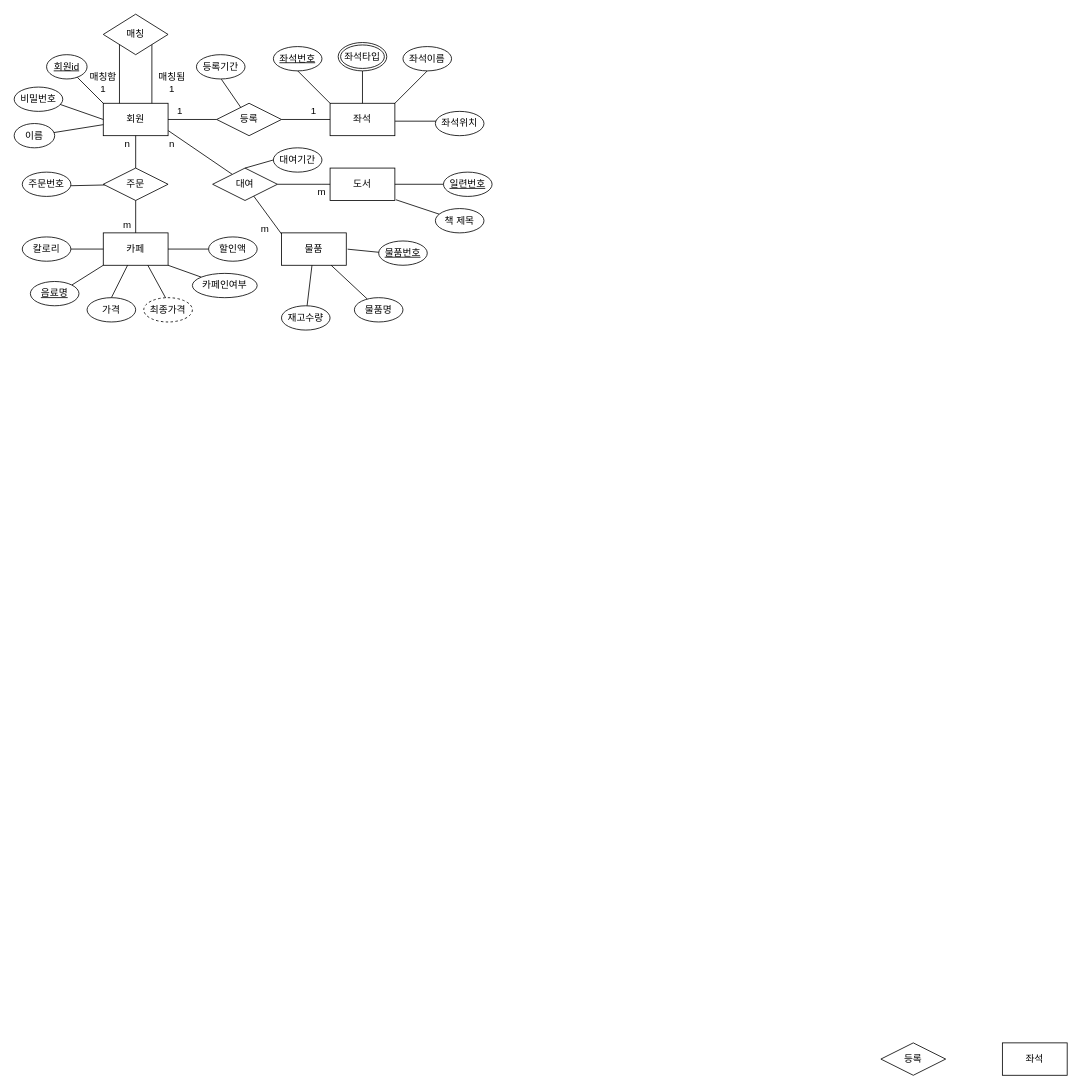
Above: 제목 없는 다이어그램.drawio in SongJaeHoonn/SongJaeHoonn (draw.io), before the change. Source tidied: cells renumbered, new cells numbered last; positions are measured from the earlier drawing's top-left corner, leaving out a move shared by most shapes. Both pictures are drawn from the tidied source at 81%, with x=0, y=0 at pixel (14, 14).
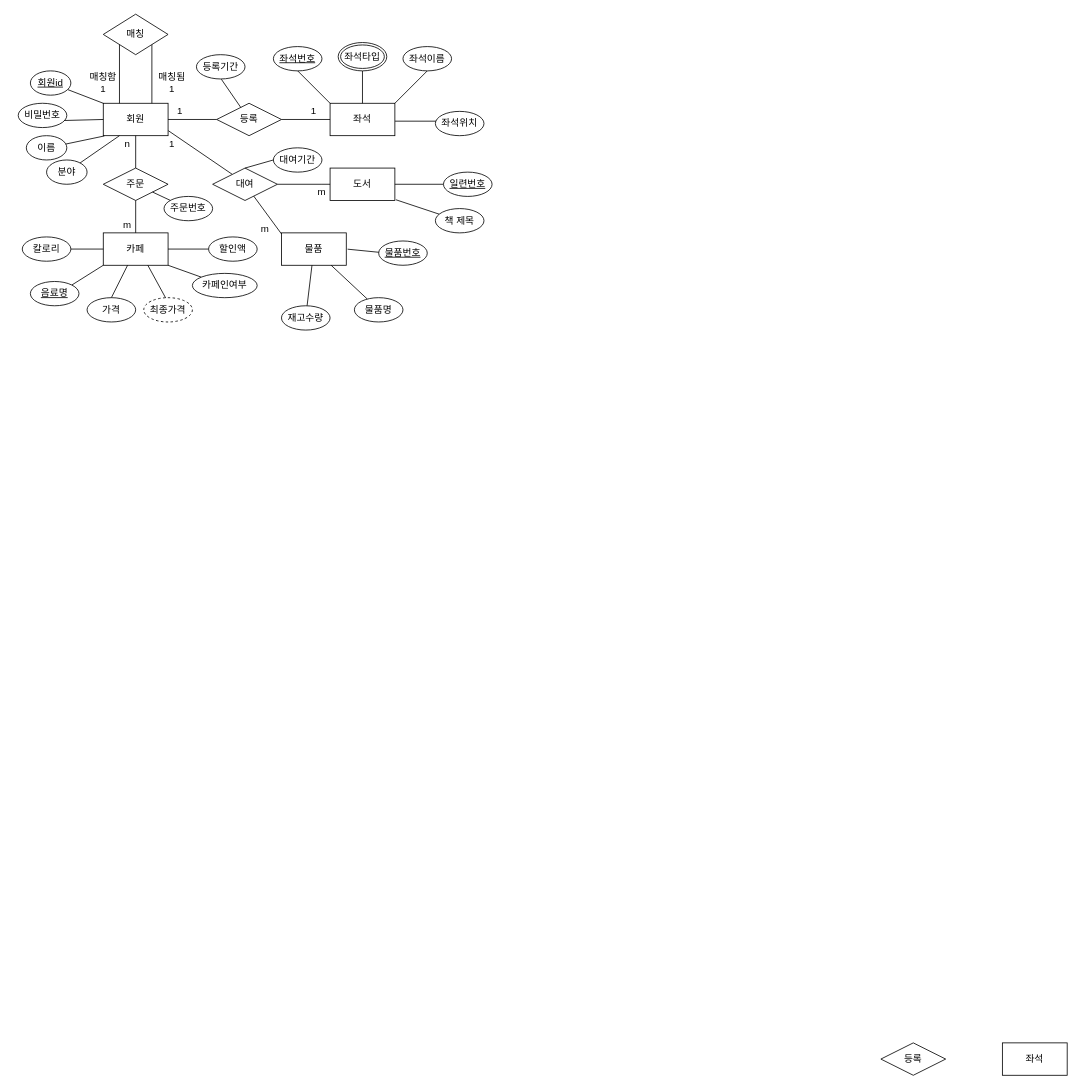
The same page after the edit.

Commit message:
제목 없는 다이어그램.drawio 업데이트

The change refers to these unchanged cells:
```xml
<mxCell id="2" value="회원" style="rounded=0;whiteSpace=wrap;html=1;strokeWidth=1;" parent="1" vertex="1">
  <mxGeometry x="110" y="110" width="80" height="40" as="geometry" />
</mxCell>
<mxCell id="8" value="주문" style="rhombus;whiteSpace=wrap;html=1;" parent="1" vertex="1">
  <mxGeometry x="110" y="190" width="80" height="40" as="geometry" />
</mxCell>
```

What changed in the source:
```diff
@@
     <mxCell id="14" value="회원id" style="ellipse;whiteSpace=wrap;html=1;fontStyle=4;" parent="1" vertex="1">
-      <mxGeometry x="40" y="50" width="50" height="30" as="geometry" />
+      <mxGeometry x="20" y="70" width="50" height="30" as="geometry" />
     </mxCell>
     <mxCell id="15" value="이름" style="ellipse;whiteSpace=wrap;html=1;" parent="1" vertex="1">
-      <mxGeometry y="135" width="50" height="30" as="geometry" />
+      <mxGeometry x="15" y="150" width="50" height="30" as="geometry" />
     </mxCell>
-    <mxCell id="16" style="endArrow=none;html=1;rounded=0;" parent="1" edge="1" source="2" target="15">
+    <mxCell id="16" style="endArrow=none;html=1;rounded=0;exitX=0.017;exitY=1.009;exitDx=0;exitDy=0;exitPerimeter=0;" parent="1" edge="1" source="2" target="15">
       <mxGeometry relative="1" as="geometry" />
     </mxCell>
@@
     <mxCell id="18" value="비밀번호" style="ellipse;whiteSpace=wrap;html=1;" parent="1" vertex="1">
-      <mxGeometry y="90" width="60" height="30" as="geometry" />
+      <mxGeometry x="5" y="110" width="60" height="30" as="geometry" />
     </mxCell>
@@
-    <mxCell id="45" style="endArrow=none;html=1;rounded=0;" parent="1" edge="1" target="8">
-      <mxGeometry relative="1" as="geometry">
-        <mxPoint x="70" y="211.8" as="sourcePoint" />
-      </mxGeometry>
+    <mxCell id="45" style="endArrow=none;html=1;rounded=0;" parent="1" edge="1" source="48" target="8">
+      <mxGeometry relative="1" as="geometry" />
     </mxCell>
@@
     <mxCell id="48" value="주문번호" style="ellipse;whiteSpace=wrap;html=1;" parent="1" vertex="1">
-      <mxGeometry x="10" y="195" width="60" height="30" as="geometry" />
+      <mxGeometry x="185" y="225" width="60" height="30" as="geometry" />
     </mxCell>
@@
-    <mxCell id="68" value="n" style="text;html=1;strokeColor=none;fillColor=none;align=center;verticalAlign=middle;whiteSpace=wrap;rounded=0;" parent="1" vertex="1">
+    <mxCell id="68" value="1" style="text;html=1;strokeColor=none;fillColor=none;align=center;verticalAlign=middle;whiteSpace=wrap;rounded=0;" parent="1" vertex="1">
       <mxGeometry x="175" y="150" width="40" height="20" as="geometry" />
     </mxCell>
@@
+    <mxCell id="74" style="endArrow=none;html=1;rounded=0;" parent="1" edge="1" source="75">
+      <mxGeometry relative="1" as="geometry">
+        <mxPoint x="130" y="150" as="targetPoint" />
+      </mxGeometry>
+    </mxCell>
+    <mxCell id="75" value="분야" style="ellipse;whiteSpace=wrap;html=1;" parent="1" vertex="1">
+      <mxGeometry x="40" y="180" width="50" height="30" as="geometry" />
+    </mxCell>
```
